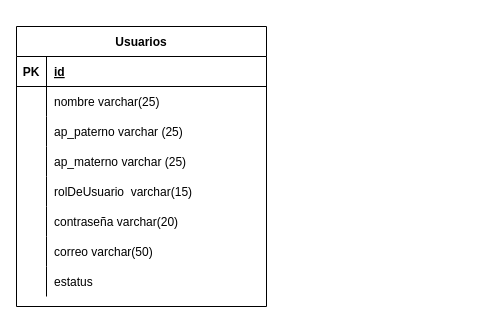
The draw.io diagram Diagrama BBDD.drawio in soolelu/pilotoE3-Back, before the edit. Source tidied: cells renumbered, new cells numbered last; positions are measured from the earlier drawing's top-left corner, leaving out a move shared by most shapes. Both pictures are drawn from the tidied source at 100%, with x=0, y=0 at pixel (16, 26).
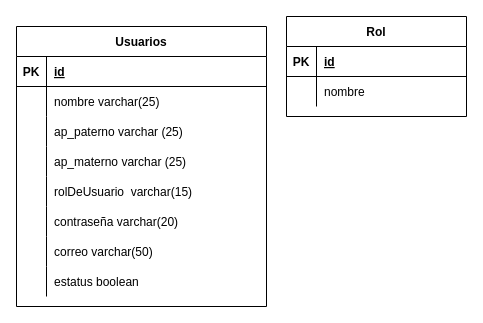
Above is the later version.

Unchanged cells that the change refers to:
```xml
<mxCell id="24" style="shape=partialRectangle;fillColor=none;top=0;left=0;right=0;bottom=0;" parent="2" vertex="1">
  <mxGeometry y="240" width="250" height="30" as="geometry" />
</mxCell>
```

Diff of the diagram source:
```diff
@@
-    <mxCell id="26" value="estatus" style="shape=partialRectangle;overflow=hidden;fillColor=none;top=0;left=0;bottom=0;right=0;align=left;spacingLeft=6;" parent="24" vertex="1">
+    <mxCell id="26" value="estatus boolean" style="shape=partialRectangle;overflow=hidden;fillColor=none;top=0;left=0;bottom=0;right=0;align=left;spacingLeft=6;" parent="24" vertex="1">
       <mxGeometry x="30" width="220" height="30" as="geometry" />
     </mxCell>
+    <mxCell id="27" value="Rol" style="shape=table;startSize=30;childLayout=tableLayout;rowLines=0;fontStyle=1;align=center;" parent="1" vertex="1">
+      <mxGeometry x="270" y="-10" width="180" height="100" as="geometry" />
+    </mxCell>
+    <mxCell id="28" style="shape=tableRow;horizontal=0;startSize=0;swimlaneHead=0;swimlaneBody=0;fillColor=none;top=0;left=0;right=0;bottom=1;" parent="27" vertex="1">
+      <mxGeometry y="30" width="180" height="30" as="geometry" />
+    </mxCell>
+    <mxCell id="29" value="PK" style="shape=partialRectangle;fillColor=none;top=0;left=0;bottom=0;right=0;fontStyle=1;overflow=hidden;" parent="28" vertex="1">
+      <mxGeometry width="30" height="30" as="geometry" />
+    </mxCell>
+    <mxCell id="30" value="id" style="shape=partialRectangle;fillColor=none;top=0;left=0;bottom=0;right=0;align=left;spacingLeft=6;fontStyle=5;overflow=hidden;" parent="28" vertex="1">
+      <mxGeometry x="30" width="150" height="30" as="geometry" />
+    </mxCell>
+    <mxCell id="31" style="shape=tableRow;horizontal=0;startSize=0;swimlaneHead=0;swimlaneBody=0;fillColor=none;top=0;left=0;right=0;bottom=0;" parent="27" vertex="1">
+      <mxGeometry y="60" width="180" height="30" as="geometry" />
+    </mxCell>
+    <mxCell id="32" style="shape=partialRectangle;fillColor=none;top=0;left=0;bottom=0;right=0;overflow=hidden;" parent="31" vertex="1">
+      <mxGeometry width="30" height="30" as="geometry" />
+    </mxCell>
+    <mxCell id="33" value="nombre" style="shape=partialRectangle;fillColor=none;top=0;left=0;bottom=0;right=0;align=left;spacingLeft=6;overflow=hidden;" parent="31" vertex="1">
+      <mxGeometry x="30" width="150" height="30" as="geometry" />
+    </mxCell>
```
